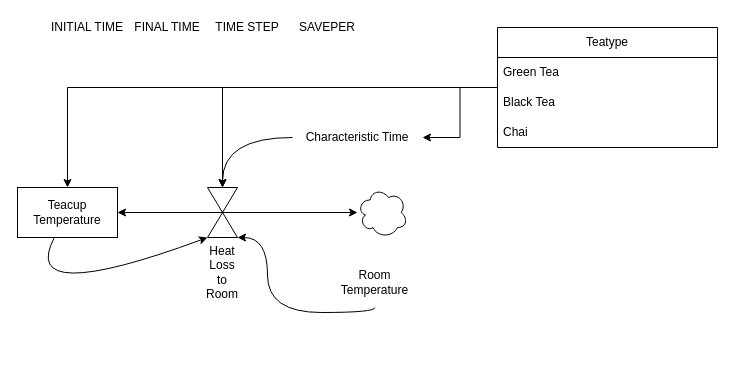
Above: examples/teacup.drawio.xml in ScienceGamez/drawio_pysd (draw.io), before the change. Source tidied: cells renumbered, new cells numbered last; positions are measured from the earlier drawing's top-left corner, leaving out a move shared by most shapes. Both pictures are drawn from the tidied source at 100%, with x=0, y=0 at pixel (17, 17).
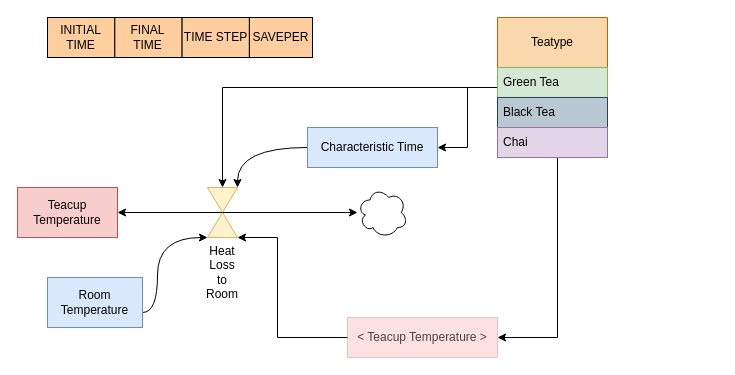
Above is the later version.

The edit, as a diff of the source:
```diff
@@
     <object id="2" label="%Name%" Name="Teacup Temperature" placeholders="1">
-      <mxCell style="rounded=0;whiteSpace=wrap;html=1;" parent="1" vertex="1">
+      <mxCell style="rounded=0;whiteSpace=wrap;html=1;fillColor=#f8cecc;strokeColor=#b85450;" parent="1" vertex="1">
         <mxGeometry y="170" width="100" height="50" as="geometry" />
       </mxCell>
     </object>
@@
     <object id="4" label="%Name%" Name="Heat Loss to Room" placeholders="1">
-      <mxCell style="shape=collate;whiteSpace=wrap;html=1;points=[[0,0,0,0,0],[0,0.5,0,0,0],[0,1,0,0,0],[0.5,0,0,0,0],[0.5,0.5,0,0,0],[0.5,1,0,0,0],[1,0,0,0,0],[1,0.5,0,0,0],[1,1,0,0,0]];labelPosition=center;verticalLabelPosition=bottom;align=center;verticalAlign=top;" parent="1" vertex="1">
+      <mxCell style="shape=collate;whiteSpace=wrap;html=1;points=[[0,0,0,0,0],[0,0.5,0,0,0],[0,1,0,0,0],[0.5,0,0,0,0],[0.5,0.5,0,0,0],[0.5,1,0,0,0],[1,0,0,0,0],[1,0.5,0,0,0],[1,1,0,0,0]];labelPosition=center;verticalLabelPosition=bottom;align=center;verticalAlign=top;fillColor=#fff2cc;strokeColor=#d6b656;" parent="1" vertex="1">
         <mxGeometry x="190" y="170" width="30" height="50" as="geometry" />
       </mxCell>
     </object>
@@
-    <mxCell id="7" style="curved=1;endArrow=classic;html=1;rounded=0;entryX=0;entryY=1;entryDx=0;entryDy=0;entryPerimeter=0;" parent="1" edge="1" source="2" target="4">
-      <mxGeometry relative="1" as="geometry">
-        <Array as="points">
-          <mxPoint y="290" />
-        </Array>
-      </mxGeometry>
-    </mxCell>
-    <mxCell id="8" style="edgeStyle=orthogonalEdgeStyle;rounded=0;jettySize=auto;html=1;curved=1;" parent="1" edge="1" source="9" target="4">
+    <mxCell id="8" style="edgeStyle=orthogonalEdgeStyle;rounded=0;jettySize=auto;html=1;curved=1;entryX=1;entryY=0;entryDx=0;entryDy=0;entryPerimeter=0;" parent="1" edge="1" source="9" target="4">
       <mxGeometry relative="1" as="geometry" />
     </mxCell>
     <object id="9" label="%Name%" Name="Characteristic Time" placeholders="1">
-      <mxCell style="text;html=1;strokeColor=none;fillColor=none;align=center;verticalAlign=middle;whiteSpace=wrap;overflow=hidden;" parent="1" vertex="1">
-        <mxGeometry x="275" y="100" width="130" height="40" as="geometry" />
+      <mxCell style="text;html=1;strokeColor=#6c8ebf;fillColor=#dae8fc;align=center;verticalAlign=middle;whiteSpace=wrap;overflow=hidden;" parent="1" vertex="1">
+        <mxGeometry x="290" y="110" width="130" height="40" as="geometry" />
       </mxCell>
     </object>
-    <mxCell id="10" style="edgeStyle=orthogonalEdgeStyle;rounded=0;jettySize=auto;html=1;entryX=1;entryY=1;entryDx=0;entryDy=0;entryPerimeter=0;curved=1;" parent="1" edge="1" source="11" target="4">
+    <mxCell id="10" style="edgeStyle=orthogonalEdgeStyle;rounded=0;jettySize=auto;html=1;curved=1;" parent="1" edge="1" source="11" target="4">
       <mxGeometry relative="1" as="geometry">
         <Array as="points">
-          <mxPoint x="250" y="295" />
-          <mxPoint x="250" y="220" />
+          <mxPoint x="118" y="295" />
+          <mxPoint x="140" y="295" />
+          <mxPoint x="140" y="220" />
         </Array>
       </mxGeometry>
     </mxCell>
     <object id="11" label="%Name%" Name="Room Temperature" placeholders="1">
-      <mxCell style="text;html=1;strokeColor=none;fillColor=none;align=center;verticalAlign=middle;whiteSpace=wrap;overflow=hidden;" parent="1" vertex="1">
-        <mxGeometry x="310" y="240" width="95" height="50" as="geometry" />
+      <mxCell style="text;html=1;strokeColor=#6c8ebf;fillColor=#dae8fc;align=center;verticalAlign=middle;whiteSpace=wrap;overflow=hidden;" parent="1" vertex="1">
+        <mxGeometry x="30" y="260" width="95" height="50" as="geometry" />
       </mxCell>
     </object>
+    <mxCell id="17" style="edgeStyle=orthogonalEdgeStyle;rounded=0;jettySize=auto;html=1;" parent="1" edge="1" source="19" target="9">
+      <mxGeometry relative="1" as="geometry" />
+    </mxCell>
+    <mxCell id="18" style="edgeStyle=orthogonalEdgeStyle;rounded=0;jettySize=auto;html=1;" parent="1" edge="1" source="19" target="4">
+      <mxGeometry relative="1" as="geometry" />
+    </mxCell>
+    <mxCell id="23" style="rounded=0;jettySize=auto;html=1;edgeStyle=elbowEdgeStyle;" parent="1" edge="1" source="19" target="25">
+      <mxGeometry relative="1" as="geometry">
+        <Array as="points">
+          <mxPoint x="540" y="270" />
+          <mxPoint x="500" y="290" />
+        </Array>
+      </mxGeometry>
+    </mxCell>
+    <object id="19" label="%Name%" Name="Teatype" placeholders="1">
+      <mxCell style="swimlane;fontStyle=0;horizontal=1;startSize=50;whiteSpace=wrap;html=1;fillColor=#fad7ac;strokeColor=#b46504;" parent="1" vertex="1">
+        <mxGeometry x="480" width="110" height="140" as="geometry" />
+      </mxCell>
+    </object>
+    <mxCell id="20" value="Green Tea" style="text;strokeColor=#82b366;fillColor=#d5e8d4;align=left;verticalAlign=middle;spacingLeft=4;spacingRight=4;overflow=hidden;whiteSpace=wrap;html=1;" parent="19" vertex="1">
+      <mxGeometry y="50" width="110" height="30" as="geometry" />
+    </mxCell>
+    <mxCell id="21" value="Black Tea" style="text;strokeColor=#23445d;fillColor=#bac8d3;align=left;verticalAlign=middle;spacingLeft=4;spacingRight=4;overflow=hidden;whiteSpace=wrap;html=1;" parent="19" vertex="1">
+      <mxGeometry y="80" width="110" height="30" as="geometry" />
+    </mxCell>
+    <mxCell id="22" value="Chai" style="text;strokeColor=#9673a6;fillColor=#e1d5e7;align=left;verticalAlign=middle;spacingLeft=4;spacingRight=4;overflow=hidden;whiteSpace=wrap;html=1;" parent="19" vertex="1">
+      <mxGeometry y="110" width="110" height="30" as="geometry" />
+    </mxCell>
+    <mxCell id="24" style="edgeStyle=elbowEdgeStyle;rounded=0;jettySize=auto;html=1;" parent="1" edge="1" source="25" target="4">
+      <mxGeometry relative="1" as="geometry">
+        <Array as="points">
+          <mxPoint x="260" y="220" />
+        </Array>
+      </mxGeometry>
+    </mxCell>
+    <object id="25" label="&lt; %Name% &gt;" Name="Teacup Temperature" placeholders="1">
+      <mxCell style="text;html=1;strokeColor=#b85450;fillColor=#F19C99;align=center;verticalAlign=middle;whiteSpace=wrap;overflow=hidden;textOpacity=70;opacity=30;" parent="1" vertex="1">
+        <mxGeometry x="330" y="300" width="150" height="40" as="geometry" />
+      </mxCell>
+    </object>
+    <mxCell id="26" style="group;" parent="1" vertex="1">
+      <mxGeometry x="30" width="265" height="40" as="geometry" />
+    </mxCell>
     <object id="12" label="%Name%" Name="INITIAL TIME" placeholders="1">
-      <mxCell style="text;html=1;strokeColor=none;fillColor=none;align=center;verticalAlign=middle;whiteSpace=wrap;overflow=hidden;" parent="1" vertex="1">
-        <mxGeometry x="30" width="80" height="20" as="geometry" />
+      <mxCell style="text;html=1;strokeColor=default;fillColor=#FFCE9F;align=center;verticalAlign=middle;whiteSpace=wrap;overflow=hidden;shadow=0;glass=0;rounded=0;" parent="26" vertex="1">
+        <mxGeometry width="67.3" height="40" as="geometry" />
       </mxCell>
     </object>
     <object id="13" label="%Name%" Name="FINAL TIME" placeholders="1">
-      <mxCell style="text;html=1;strokeColor=none;fillColor=none;align=center;verticalAlign=middle;whiteSpace=wrap;overflow=hidden;" parent="1" vertex="1">
-        <mxGeometry x="110" width="80" height="20" as="geometry" />
+      <mxCell style="text;html=1;strokeColor=default;fillColor=#FFCE9F;align=center;verticalAlign=middle;whiteSpace=wrap;overflow=hidden;shadow=0;glass=0;rounded=0;" parent="26" vertex="1">
+        <mxGeometry x="67.3" width="67.3" height="40" as="geometry" />
       </mxCell>
     </object>
     <object id="14" label="%Name%" Name="TIME STEP" placeholders="1">
-      <mxCell style="text;html=1;strokeColor=none;fillColor=none;align=center;verticalAlign=middle;whiteSpace=wrap;overflow=hidden;" parent="1" vertex="1">
-        <mxGeometry x="190" width="80" height="20" as="geometry" />
+      <mxCell style="text;html=1;strokeColor=default;fillColor=#FFCE9F;align=center;verticalAlign=middle;whiteSpace=wrap;overflow=hidden;shadow=0;glass=0;rounded=0;" parent="26" vertex="1">
+        <mxGeometry x="134.6" width="67.3" height="40" as="geometry" />
       </mxCell>
     </object>
     <object id="15" label="%Name%" Name="SAVEPER" placeholders="1">
-      <mxCell style="text;html=1;strokeColor=none;fillColor=none;align=center;verticalAlign=middle;whiteSpace=wrap;overflow=hidden;" parent="1" vertex="1">
-        <mxGeometry x="270" width="80" height="20" as="geometry" />
+      <mxCell style="text;html=1;strokeColor=default;fillColor=#FFCE9F;align=center;verticalAlign=middle;whiteSpace=wrap;overflow=hidden;shadow=0;glass=0;rounded=0;" parent="26" vertex="1">
+        <mxGeometry x="201.9" width="63.1" height="40" as="geometry" />
       </mxCell>
     </object>
-    <mxCell id="16" style="edgeStyle=orthogonalEdgeStyle;rounded=0;jettySize=auto;html=1;" parent="1" edge="1" source="19" target="2">
-      <mxGeometry relative="1" as="geometry" />
-    </mxCell>
-    <mxCell id="17" style="edgeStyle=orthogonalEdgeStyle;rounded=0;jettySize=auto;html=1;" parent="1" edge="1" source="19" target="9">
-      <mxGeometry relative="1" as="geometry" />
-    </mxCell>
-    <mxCell id="18" style="edgeStyle=orthogonalEdgeStyle;rounded=0;jettySize=auto;html=1;" parent="1" edge="1" source="19" target="4">
-      <mxGeometry relative="1" as="geometry" />
-    </mxCell>
-    <object id="19" label="%Name%" Name="Teatype" placeholders="1">
-      <mxCell style="swimlane;fontStyle=0;horizontal=1;startSize=30;whiteSpace=wrap;html=1;" parent="1" vertex="1">
-        <mxGeometry x="480" y="10" width="220" height="120" as="geometry" />
-      </mxCell>
-    </object>
-    <mxCell id="20" value="Green Tea" style="text;strokeColor=none;fillColor=none;align=left;verticalAlign=middle;spacingLeft=4;spacingRight=4;overflow=hidden;whiteSpace=wrap;html=1;" parent="19" vertex="1">
-      <mxGeometry y="30" width="220" height="30" as="geometry" />
-    </mxCell>
-    <mxCell id="21" value="Black Tea" style="text;strokeColor=none;fillColor=none;align=left;verticalAlign=middle;spacingLeft=4;spacingRight=4;overflow=hidden;whiteSpace=wrap;html=1;" parent="19" vertex="1">
-      <mxGeometry y="60" width="220" height="30" as="geometry" />
-    </mxCell>
-    <mxCell id="22" value="Chai" style="text;strokeColor=none;fillColor=none;align=left;verticalAlign=middle;spacingLeft=4;spacingRight=4;overflow=hidden;whiteSpace=wrap;html=1;" parent="19" vertex="1">
-      <mxGeometry y="90" width="220" height="30" as="geometry" />
-    </mxCell>
```
